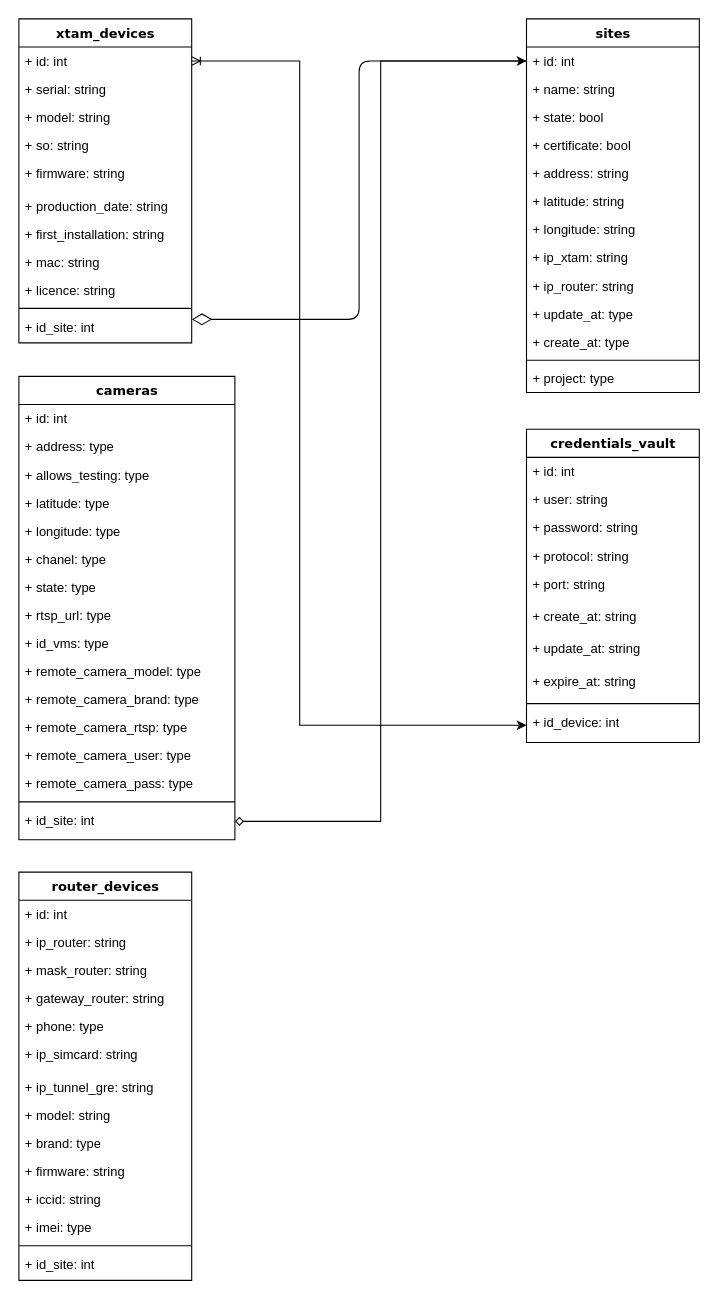
This is Diagrama sin título.drawio from FelipeHurtado/BPMN_EXPERIMIENTO, a draw.io file, before an edit. Source tidied: cells renumbered, new cells numbered last; positions are measured from the earlier drawing's top-left corner, leaving out a move shared by most shapes. Both pictures are drawn from the tidied source at 108%, with x=0, y=0 at pixel (18, 18).
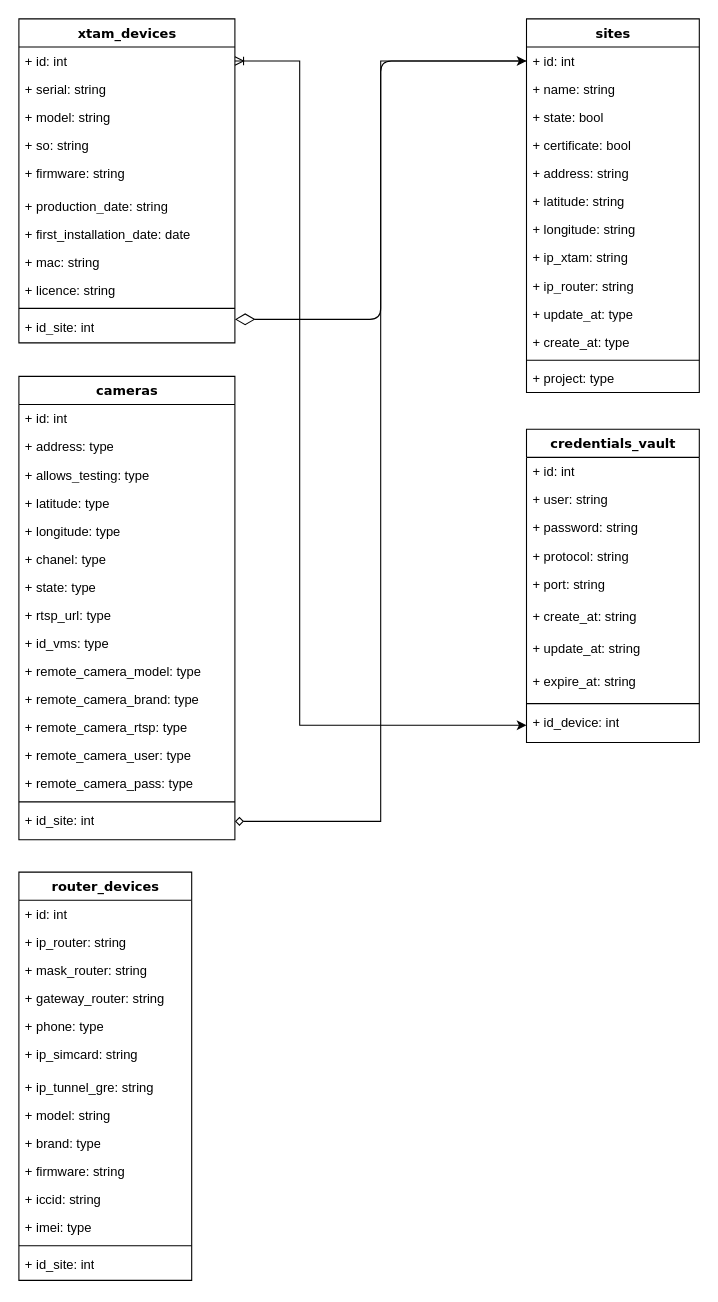
Above is the later version.

What changed in the source:
```diff
@@
     <mxCell id="16" value="xtam_devices" style="swimlane;html=1;fontStyle=1;align=center;verticalAlign=top;horizontal=1;startSize=26;swimlaneFillColor=#ffffff;rounded=0;shadow=0;comic=0;labelBackgroundColor=none;strokeWidth=1;fillColor=none;fontFamily=Verdana;fontSize=12;" parent="1" vertex="1">
-      <mxGeometry width="160" height="300" as="geometry" />
+      <mxGeometry width="200" height="300" as="geometry" />
     </mxCell>
     <mxCell id="17" value="+ id: int" style="text;html=1;strokeColor=none;fillColor=none;align=left;verticalAlign=top;spacingLeft=4;spacingRight=4;whiteSpace=wrap;overflow=hidden;points=[[0,0.5],[1,0.5]];portConstraint=eastwest;" parent="16" vertex="1">
-      <mxGeometry y="26" width="160" height="26" as="geometry" />
+      <mxGeometry y="26" width="200" height="26" as="geometry" />
     </mxCell>
     <mxCell id="18" value="+ serial: string" style="text;html=1;strokeColor=none;fillColor=none;align=left;verticalAlign=top;spacingLeft=4;spacingRight=4;whiteSpace=wrap;overflow=hidden;" parent="16" vertex="1">
-      <mxGeometry y="52" width="160" height="26" as="geometry" />
+      <mxGeometry y="52" width="200" height="26" as="geometry" />
     </mxCell>
     <mxCell id="19" value="+ model: string" style="text;html=1;strokeColor=none;fillColor=none;align=left;verticalAlign=top;spacingLeft=4;spacingRight=4;whiteSpace=wrap;overflow=hidden;" parent="16" vertex="1">
-      <mxGeometry y="78" width="160" height="26" as="geometry" />
+      <mxGeometry y="78" width="200" height="26" as="geometry" />
     </mxCell>
     <mxCell id="20" value="+ so: string" style="text;html=1;strokeColor=none;fillColor=none;align=left;verticalAlign=top;spacingLeft=4;spacingRight=4;whiteSpace=wrap;overflow=hidden;" parent="16" vertex="1">
-      <mxGeometry y="104" width="160" height="26" as="geometry" />
+      <mxGeometry y="104" width="200" height="26" as="geometry" />
     </mxCell>
     <mxCell id="21" value="+ firmware: string" style="text;html=1;strokeColor=none;fillColor=none;align=left;verticalAlign=top;spacingLeft=4;spacingRight=4;whiteSpace=wrap;overflow=hidden;" parent="16" vertex="1">
-      <mxGeometry y="130" width="160" height="30" as="geometry" />
+      <mxGeometry y="130" width="200" height="30" as="geometry" />
     </mxCell>
     <mxCell id="22" value="+ production_date: string" style="text;html=1;strokeColor=none;fillColor=none;align=left;verticalAlign=top;spacingLeft=4;spacingRight=4;whiteSpace=wrap;overflow=hidden;" parent="16" vertex="1">
-      <mxGeometry y="160" width="160" height="26" as="geometry" />
+      <mxGeometry y="160" width="200" height="26" as="geometry" />
     </mxCell>
-    <mxCell id="23" value="+ first_installation: string" style="text;html=1;strokeColor=none;fillColor=none;align=left;verticalAlign=top;spacingLeft=4;spacingRight=4;whiteSpace=wrap;overflow=hidden;" parent="16" vertex="1">
-      <mxGeometry y="186" width="160" height="26" as="geometry" />
+    <mxCell id="23" value="+ first_installation_date: date" style="text;html=1;strokeColor=none;fillColor=none;align=left;verticalAlign=top;spacingLeft=4;spacingRight=4;whiteSpace=wrap;overflow=hidden;" parent="16" vertex="1">
+      <mxGeometry y="186" width="200" height="26" as="geometry" />
     </mxCell>
     <mxCell id="24" value="+ mac: string" style="text;html=1;strokeColor=none;fillColor=none;align=left;verticalAlign=top;spacingLeft=4;spacingRight=4;whiteSpace=wrap;overflow=hidden;" parent="16" vertex="1">
-      <mxGeometry y="212" width="160" height="26" as="geometry" />
+      <mxGeometry y="212" width="200" height="26" as="geometry" />
     </mxCell>
     <mxCell id="25" value="+ licence: string" style="text;html=1;strokeColor=none;fillColor=none;align=left;verticalAlign=top;spacingLeft=4;spacingRight=4;whiteSpace=wrap;overflow=hidden;" parent="16" vertex="1">
-      <mxGeometry y="238" width="160" height="26" as="geometry" />
+      <mxGeometry y="238" width="200" height="26" as="geometry" />
     </mxCell>
     <mxCell id="26" style="line;html=1;strokeWidth=1;fillColor=none;align=left;verticalAlign=middle;spacingTop=-1;spacingLeft=3;spacingRight=3;labelPosition=right;" parent="16" vertex="1">
-      <mxGeometry y="264" width="160" height="8" as="geometry" />
+      <mxGeometry y="264" width="200" height="8" as="geometry" />
     </mxCell>
     <mxCell id="27" value="+ id_site: int" style="text;html=1;strokeColor=none;fillColor=none;align=left;verticalAlign=top;spacingLeft=4;spacingRight=4;whiteSpace=wrap;overflow=hidden;points=[[0,0.5],[1,0.5]];portConstraint=eastwest;" parent="16" vertex="1">
-      <mxGeometry y="272" width="160" height="28" as="geometry" />
+      <mxGeometry y="272" width="200" height="28" as="geometry" />
     </mxCell>
```
